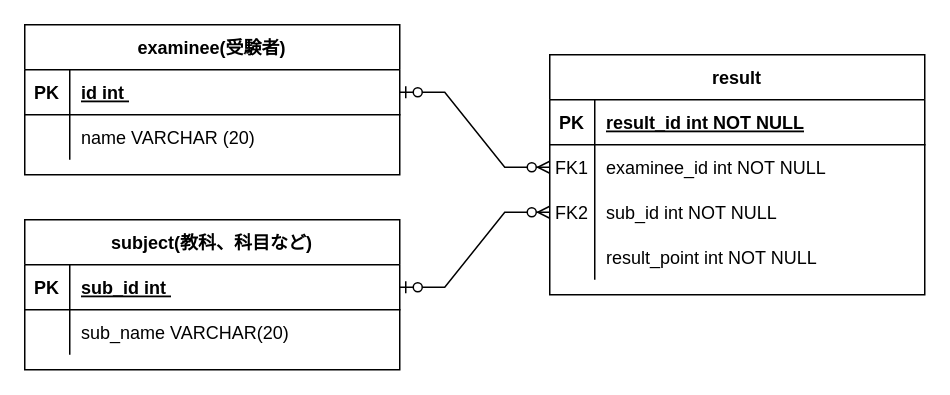
This is 名称未設定ファイル.drawio from YoshitakaSaito1223/JavaInClass, a draw.io file, before an edit. Source tidied: cells renumbered, new cells numbered last; positions are measured from the earlier drawing's top-left corner, leaving out a move shared by most shapes. Both pictures are drawn from the tidied source at 150%, with x=0, y=0 at pixel (24, 24).
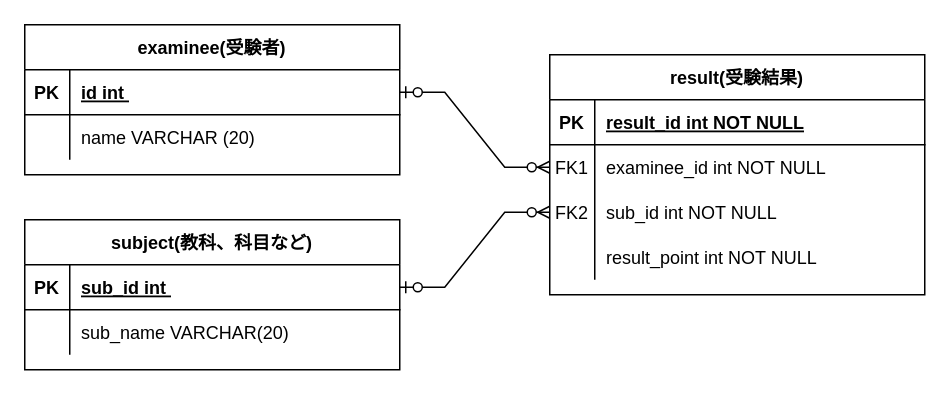
After the change.

Commit message:
ER図のリレーション定義その２

What changed in the source:
```diff
@@
-    <mxCell id="9" value="result" style="shape=table;startSize=30;childLayout=tableLayout;rowLines=0;fontStyle=1;align=center;" parent="1" vertex="1">
+    <mxCell id="9" value="result(受験結果)" style="shape=table;startSize=30;childLayout=tableLayout;rowLines=0;fontStyle=1;align=center;" parent="1" vertex="1">
       <mxGeometry x="350" y="20" width="250" height="160" as="geometry" />
     </mxCell>
```
